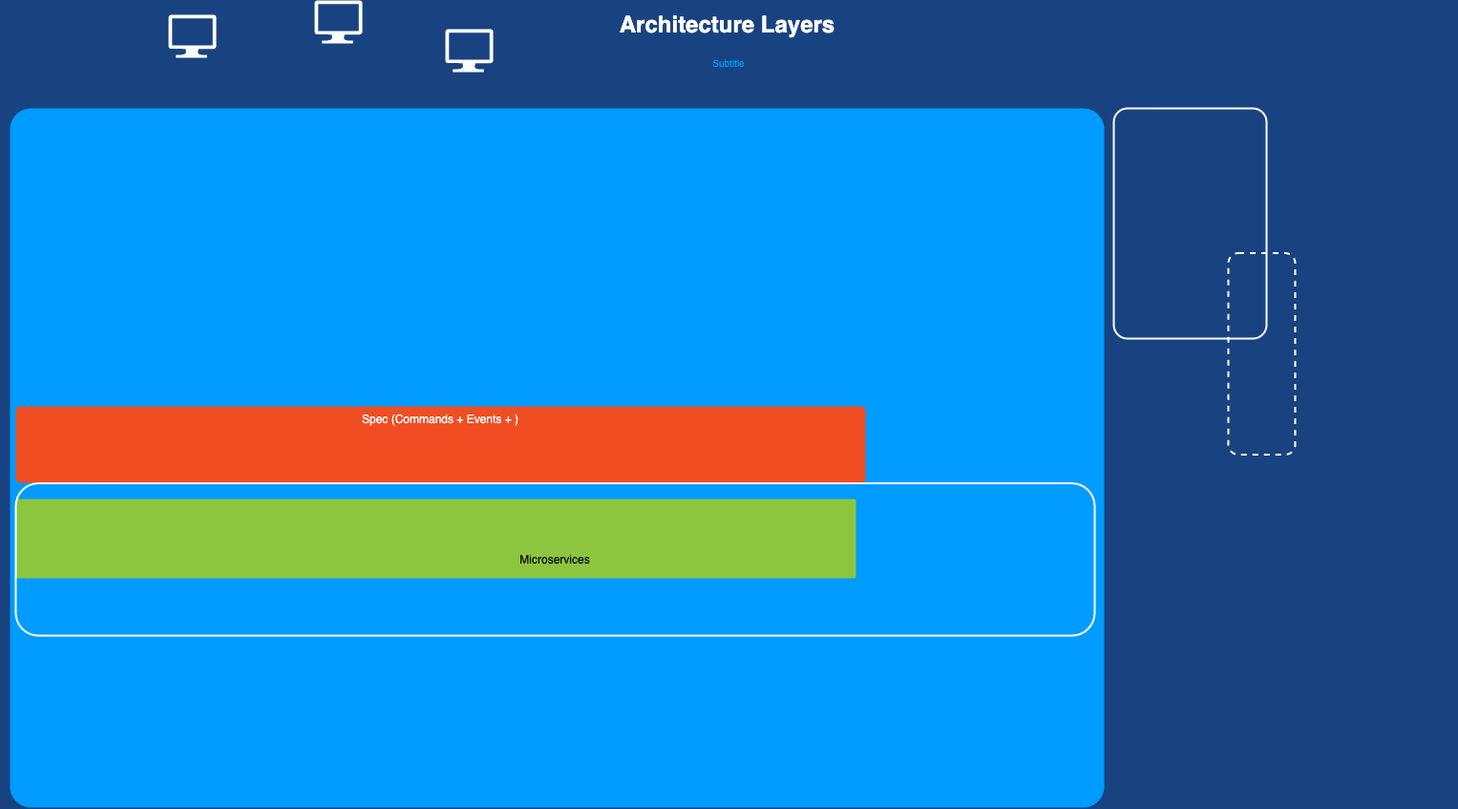
This is spec/schema/Layers.png from Splitet/SplitetFramework, a draw.io export, as it was before one commit. Source tidied: cells renumbered, new cells last; positions are measured from the earlier drawing's top-left corner, leaving out a move shared by most shapes.
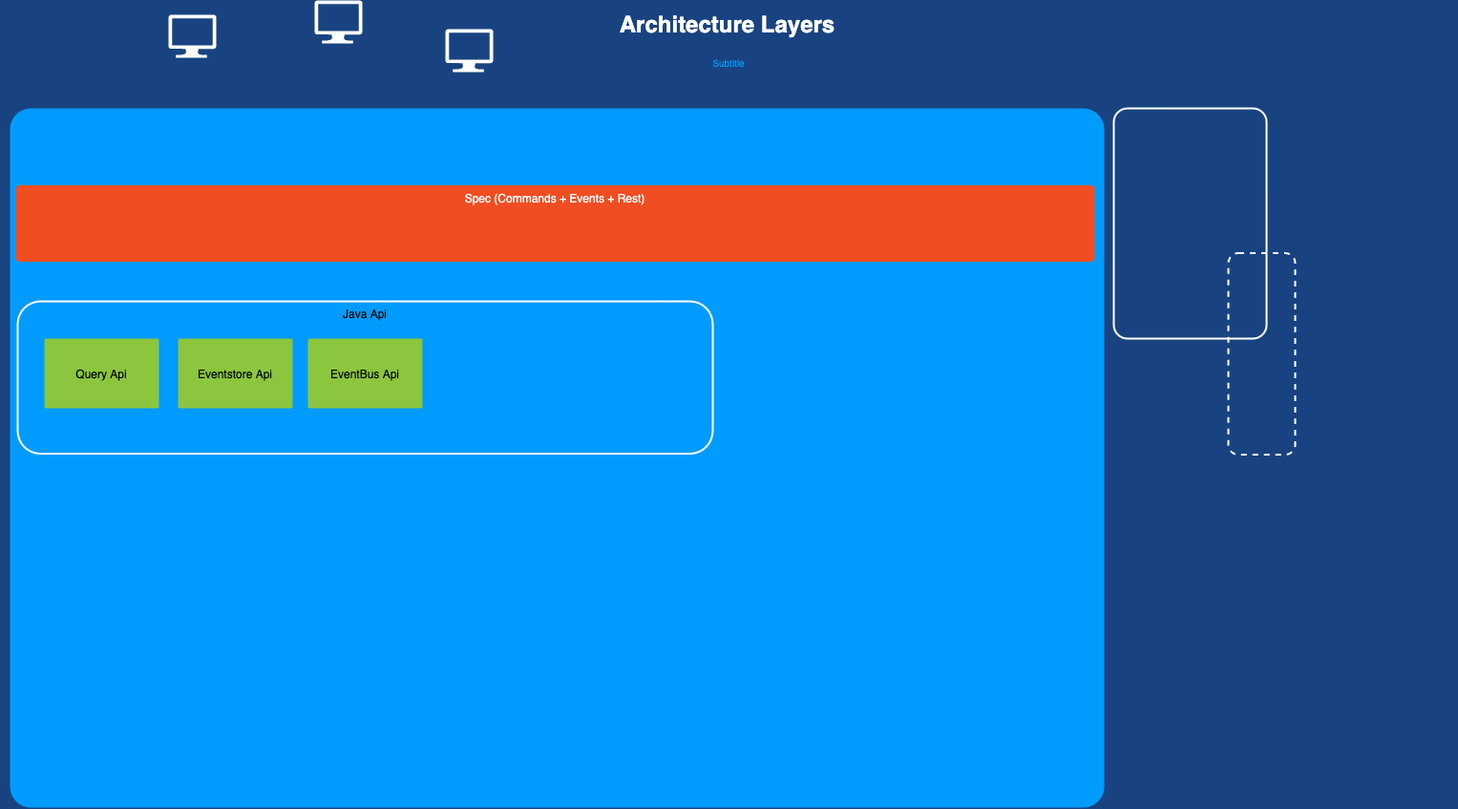
The same diagram one commit later.

The edit, as a diff of the source:
```diff
@@ -5,11 +5,14 @@
     <mxCell id="2" style="whiteSpace=wrap;html=1;rounded=1;shadow=0;strokeColor=none;strokeWidth=2;fillColor=#009BFF;fontSize=20;fontColor=#FFFFFF;align=center;arcSize=3;verticalAlign=top;spacingTop=4;" parent="1" vertex="1">
       <mxGeometry x="10" y="113" width="1146" height="732" as="geometry" />
     </mxCell>
+    <mxCell id="8" value="Java Api" style="rounded=1;whiteSpace=wrap;html=1;shadow=0;strokeWidth=2;fillColor=none;fontSize=12;fontColor=#000000;align=center;strokeColor=#FFFFFF;verticalAlign=top;" parent="1" vertex="1">
+      <mxGeometry x="18" y="315" width="728" height="159.5" as="geometry" />
+    </mxCell>
-    <mxCell id="3" style="rounded=1;whiteSpace=wrap;html=1;shadow=0;strokeWidth=2;fillColor=#8BC63E;fontSize=12;fontColor=#000000;align=center;strokeColor=none;arcSize=3;" parent="1" vertex="1">
-      <mxGeometry x="16" y="522" width="880" height="83" as="geometry" />
+    <mxCell id="3" value="Query Api" style="rounded=1;whiteSpace=wrap;html=1;shadow=0;strokeWidth=2;fillColor=#8BC63E;fontSize=12;fontColor=#000000;align=center;strokeColor=none;arcSize=3;" parent="1" vertex="1">
+      <mxGeometry x="46" y="354" width="120" height="73" as="geometry" />
     </mxCell>
-    <mxCell id="4" value="Spec (Commands + Events + )" style="rounded=1;whiteSpace=wrap;html=1;shadow=0;strokeWidth=2;fillColor=#F04D22;fontSize=12;fontColor=#FFFFFF;align=center;strokeColor=none;arcSize=6;verticalAlign=top;" parent="1" vertex="1">
-      <mxGeometry x="16" y="425" width="890" height="80" as="geometry" />
+    <mxCell id="4" value="Spec (Commands + Events + Rest)" style="rounded=1;whiteSpace=wrap;html=1;shadow=0;strokeWidth=2;fillColor=#F04D22;fontSize=12;fontColor=#FFFFFF;align=center;strokeColor=none;arcSize=6;verticalAlign=top;" parent="1" vertex="1">
+      <mxGeometry x="16" y="193.5" width="1130" height="80" as="geometry" />
     </mxCell>
     <mxCell id="5" style="verticalLabelPosition=bottom;html=1;verticalAlign=top;strokeColor=none;fillColor=#FFFFFF;shape=mxgraph.azure.computer;rounded=0;shadow=0;fontSize=12;fontColor=#000000;align=center;" parent="1" vertex="1">
       <mxGeometry x="466" y="30" width="50" height="45" as="geometry" />
@@ -20,9 +23,6 @@
     <mxCell id="7" style="verticalLabelPosition=bottom;html=1;verticalAlign=top;strokeColor=none;fillColor=#FFFFFF;shape=mxgraph.azure.computer;rounded=0;shadow=0;fontSize=12;fontColor=#000000;align=center;" parent="1" vertex="1">
       <mxGeometry x="329" width="50" height="45" as="geometry" />
     </mxCell>
-    <mxCell id="8" value="Microservices" style="rounded=1;whiteSpace=wrap;html=1;shadow=0;strokeWidth=2;fillColor=none;fontSize=12;fontColor=#000000;align=center;strokeColor=#FFFFFF;" parent="1" vertex="1">
-      <mxGeometry x="16" y="505.5" width="1130" height="159.5" as="geometry" />
-    </mxCell>
     <mxCell id="9" style="rounded=1;whiteSpace=wrap;html=1;shadow=0;strokeWidth=2;fillColor=none;fontSize=12;fontColor=#000000;align=center;strokeColor=#FFFFFF;arcSize=9;" parent="1" vertex="1">
       <mxGeometry x="1166" y="113" width="160" height="241" as="geometry" />
     </mxCell>
@@ -35,5 +35,11 @@
     <mxCell id="12" value="Subtitle" style="text;html=1;strokeColor=none;fillColor=none;align=center;verticalAlign=middle;whiteSpace=wrap;rounded=0;shadow=0;fontSize=10;fontColor=#009BFF;" parent="1" vertex="1">
       <mxGeometry y="55" width="1526" height="20" as="geometry" />
     </mxCell>
+    <mxCell id="13" value="Eventstore Api" style="rounded=1;whiteSpace=wrap;html=1;shadow=0;strokeWidth=2;fillColor=#8BC63E;fontSize=12;fontColor=#000000;align=center;strokeColor=none;arcSize=3;" parent="1" vertex="1">
+      <mxGeometry x="186" y="354" width="120" height="73" as="geometry" />
+    </mxCell>
+    <mxCell id="14" value="EventBus Api" style="rounded=1;whiteSpace=wrap;html=1;shadow=0;strokeWidth=2;fillColor=#8BC63E;fontSize=12;fontColor=#000000;align=center;strokeColor=none;arcSize=3;" parent="1" vertex="1">
+      <mxGeometry x="322" y="354" width="120" height="73" as="geometry" />
+    </mxCell>
   </root>
 </mxGraphModel>
```
